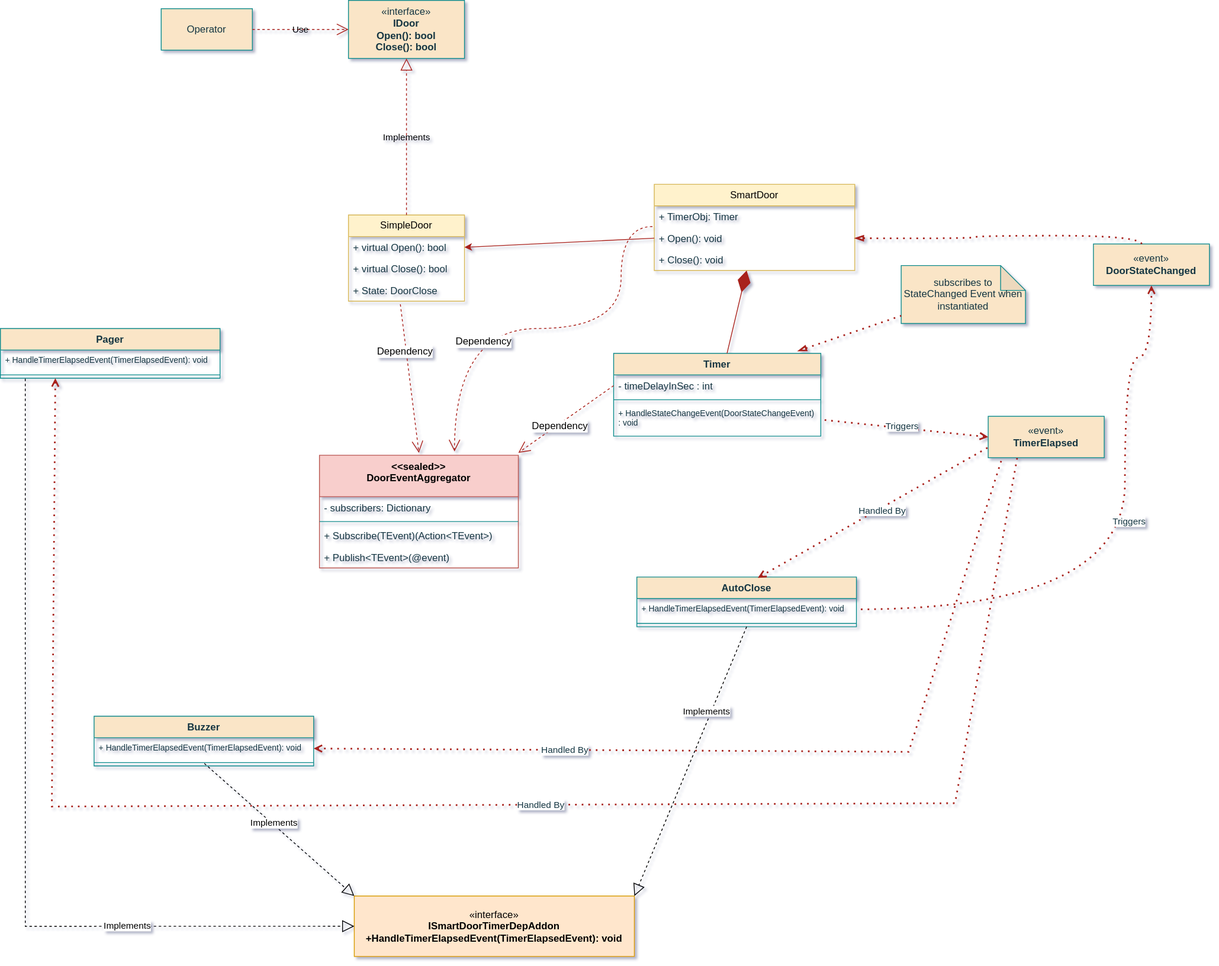
This is DoorModelEventAggregator.drawio.svg from sameert89/DoorEventAggregatorPattern, a draw.io export, as it was before one commit. Source tidied: cells renumbered, new cells last; positions are measured from the earlier drawing's top-left corner, leaving out a move shared by most shapes.
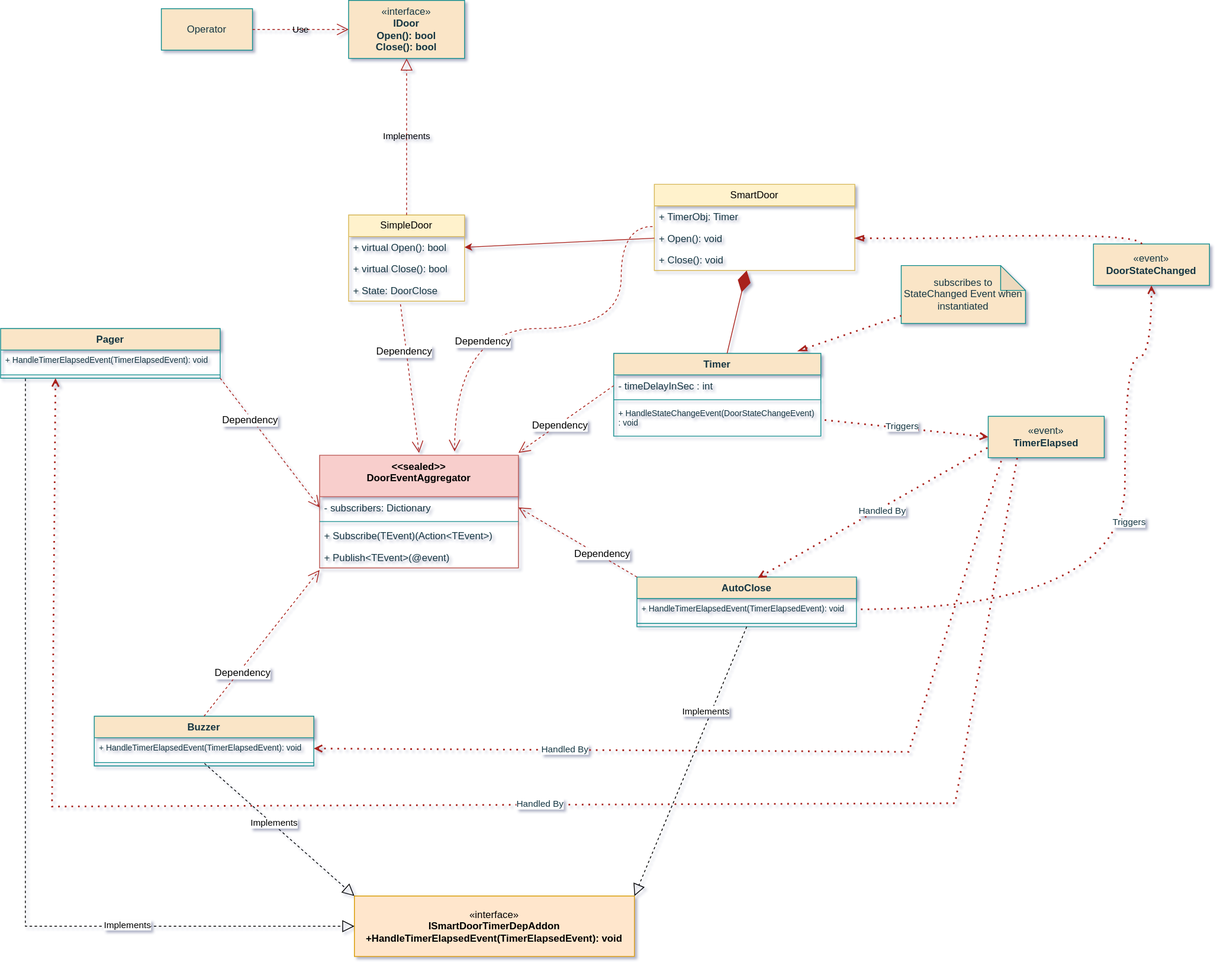
After the change.

The edit, as a diff of the source:
```diff
@@ -219,5 +219,23 @@
         <mxPoint x="11" y="-47" as="offset" />
       </mxGeometry>
     </mxCell>
+    <mxCell id="62" style="endArrow=open;endSize=12;dashed=1;html=1;rounded=0;exitX=1;exitY=1;exitDx=0;exitDy=0;entryX=0;entryY=0.5;entryDx=0;entryDy=0;labelBackgroundColor=default;strokeColor=#A8201A;fontColor=default;" parent="1" edge="1" source="40" target="24">
+      <mxGeometry relative="1" as="geometry" />
+    </mxCell>
+    <mxCell id="63" value="Dependency" style="edgeLabel;html=1;align=center;verticalAlign=middle;fontSize=12;" parent="62" vertex="1">
+      <mxGeometry x="-0.38" y="-3" relative="1" as="geometry" />
+    </mxCell>
+    <mxCell id="64" style="endArrow=open;endSize=12;dashed=1;html=1;rounded=0;exitX=0.5;exitY=0;exitDx=0;exitDy=0;entryX=0;entryY=1.096;entryDx=0;entryDy=0;labelBackgroundColor=default;strokeColor=#A8201A;fontColor=default;entryPerimeter=0;" parent="1" edge="1" source="37" target="27">
+      <mxGeometry relative="1" as="geometry" />
+    </mxCell>
+    <mxCell id="65" value="Dependency" style="edgeLabel;html=1;align=center;verticalAlign=middle;fontSize=12;" parent="64" vertex="1">
+      <mxGeometry x="-0.38" y="-3" relative="1" as="geometry" />
+    </mxCell>
+    <mxCell id="66" style="endArrow=open;endSize=12;dashed=1;html=1;rounded=0;exitX=0;exitY=0;exitDx=0;exitDy=0;entryX=1;entryY=0.5;entryDx=0;entryDy=0;labelBackgroundColor=default;strokeColor=#A8201A;fontColor=default;" parent="1" edge="1" source="43" target="24">
+      <mxGeometry relative="1" as="geometry" />
+    </mxCell>
+    <mxCell id="67" value="Dependency" style="edgeLabel;html=1;align=center;verticalAlign=middle;fontSize=12;" parent="66" vertex="1">
+      <mxGeometry x="-0.38" y="-3" relative="1" as="geometry" />
+    </mxCell>
   </root>
 </mxGraphModel>
```
